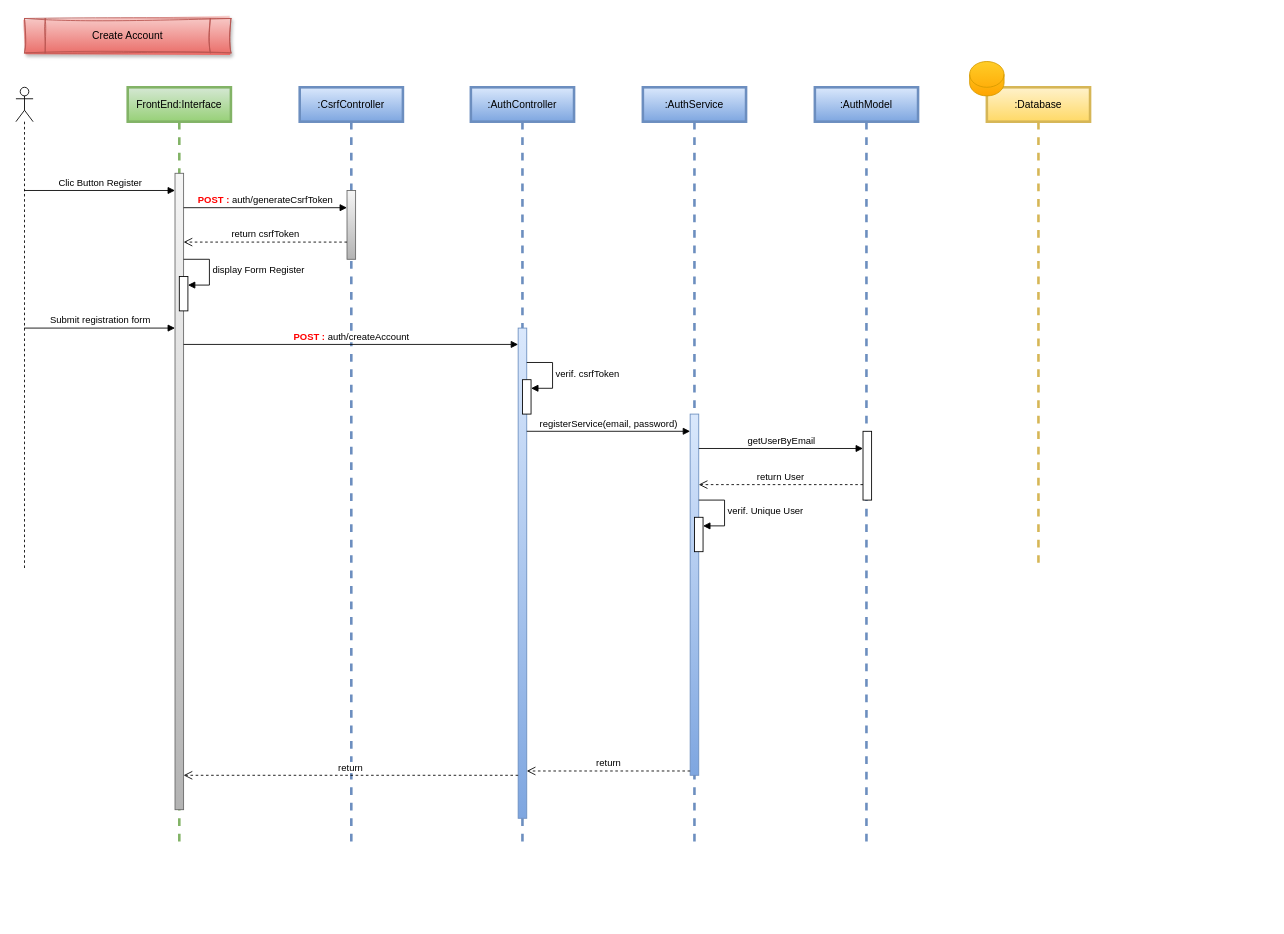
The draw.io diagram UML/SEQ_Projet_Fil_Rouge.drawio in Mzk-Ali/M2I_Projet_Fil_Rouge_Conception, before the edit. Source tidied: cells renumbered, new cells numbered last; positions are measured from the earlier drawing's top-left corner, leaving out a move shared by most shapes. Both pictures are drawn from the tidied source at 86%, with x=0, y=0 at pixel (15, 18).
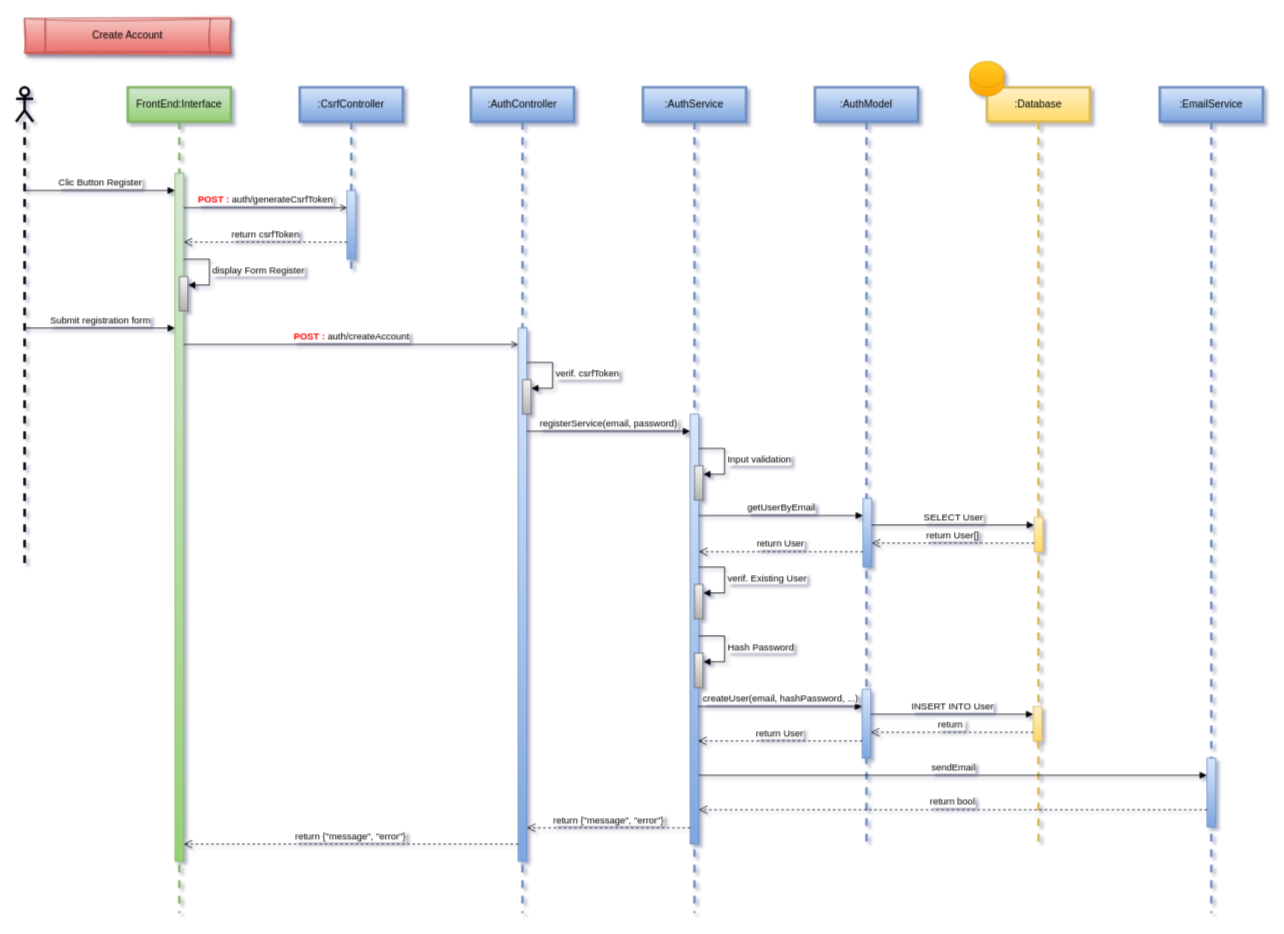
Above is the later version.

Commit message (it also covers changes not shown here):
Mettre à jour SEQ_Projet_Fil_Rouge.drawio

Unchanged cells that the change refers to:
```xml
<mxCell id="16" value=":AuthModel" style="shape=umlLifeline;perimeter=lifelinePerimeter;whiteSpace=wrap;html=1;newEdgeStyle={&quot;curved&quot;:0,&quot;rounded&quot;:0};strokeWidth=3;fillColor=#dae8fc;gradientColor=#7ea6e0;strokeColor=#6c8ebf;" parent="1" vertex="1">
  <mxGeometry x="929" y="80" width="120" height="880" as="geometry" />
</mxCell>
```

The edit, as a diff of the source:
```diff
@@
-<mxGraphModel>
+<mxGraphModel shadow="1">
@@
-    <mxCell id="2" style="shape=umlLifeline;perimeter=lifelinePerimeter;whiteSpace=wrap;html=1;outlineConnect=0;portConstraint=eastwest;newEdgeStyle={&quot;curved&quot;:0,&quot;rounded&quot;:0};participant=umlActor;" parent="1" vertex="1">
+    <mxCell id="2" style="shape=umlLifeline;perimeter=lifelinePerimeter;whiteSpace=wrap;html=1;outlineConnect=0;portConstraint=eastwest;newEdgeStyle={&quot;curved&quot;:0,&quot;rounded&quot;:0};participant=umlActor;strokeWidth=3;" parent="1" vertex="1">
       <mxGeometry y="80" width="20" height="560" as="geometry" />
     </mxCell>
@@
     <mxCell id="4" value="FrontEnd:Interface" style="shape=umlLifeline;perimeter=lifelinePerimeter;whiteSpace=wrap;html=1;newEdgeStyle={&quot;curved&quot;:0,&quot;rounded&quot;:0};fillColor=#d5e8d4;gradientColor=#97d077;strokeColor=#82b366;strokeWidth=3;" parent="1" vertex="1">
-      <mxGeometry x="130" y="80" width="120" height="880" as="geometry" />
+      <mxGeometry x="130" y="80" width="120" height="960" as="geometry" />
     </mxCell>
-    <mxCell id="5" style="html=1;points=[[0,0,0,0,5],[0,1,0,0,-5],[1,0,0,0,5],[1,1,0,0,-5]];perimeter=orthogonalPerimeter;outlineConnect=0;targetShapes=umlLifeline;portConstraint=eastwest;newEdgeStyle={&quot;curved&quot;:0,&quot;rounded&quot;:0};fillColor=#f5f5f5;gradientColor=#b3b3b3;strokeColor=#666666;" parent="4" vertex="1">
-      <mxGeometry x="55" y="100" width="10" height="740" as="geometry" />
+    <mxCell id="5" style="html=1;points=[[0,0,0,0,5],[0,1,0,0,-5],[1,0,0,0,5],[1,1,0,0,-5]];perimeter=orthogonalPerimeter;outlineConnect=0;targetShapes=umlLifeline;portConstraint=eastwest;newEdgeStyle={&quot;curved&quot;:0,&quot;rounded&quot;:0};fillColor=#d5e8d4;gradientColor=#97d077;strokeColor=#82b366;" parent="4" vertex="1">
+      <mxGeometry x="55" y="100" width="10" height="800" as="geometry" />
     </mxCell>
-    <mxCell id="6" style="html=1;points=[[0,0,0,0,5],[0,1,0,0,-5],[1,0,0,0,5],[1,1,0,0,-5]];perimeter=orthogonalPerimeter;outlineConnect=0;targetShapes=umlLifeline;portConstraint=eastwest;newEdgeStyle={&quot;curved&quot;:0,&quot;rounded&quot;:0};" parent="4" vertex="1">
+    <mxCell id="6" style="html=1;points=[[0,0,0,0,5],[0,1,0,0,-5],[1,0,0,0,5],[1,1,0,0,-5]];perimeter=orthogonalPerimeter;outlineConnect=0;targetShapes=umlLifeline;portConstraint=eastwest;newEdgeStyle={&quot;curved&quot;:0,&quot;rounded&quot;:0};fillColor=#f5f5f5;gradientColor=#b3b3b3;strokeColor=#666666;" parent="4" vertex="1">
       <mxGeometry x="60" y="220" width="10" height="40" as="geometry" />
     </mxCell>
@@
     <mxCell id="8" value=":AuthController" style="shape=umlLifeline;perimeter=lifelinePerimeter;whiteSpace=wrap;html=1;newEdgeStyle={&quot;curved&quot;:0,&quot;rounded&quot;:0};strokeWidth=3;fillColor=#dae8fc;gradientColor=#7ea6e0;strokeColor=#6c8ebf;" parent="1" vertex="1">
-      <mxGeometry x="529" y="80" width="120" height="880" as="geometry" />
+      <mxGeometry x="529" y="80" width="120" height="960" as="geometry" />
     </mxCell>
     <mxCell id="9" style="html=1;points=[[0,0,0,0,5],[0,1,0,0,-5],[1,0,0,0,5],[1,1,0,0,-5]];perimeter=orthogonalPerimeter;outlineConnect=0;targetShapes=umlLifeline;portConstraint=eastwest;newEdgeStyle={&quot;curved&quot;:0,&quot;rounded&quot;:0};fillColor=#dae8fc;gradientColor=#7ea6e0;strokeColor=#6c8ebf;" parent="8" vertex="1">
-      <mxGeometry x="55" y="280" width="10" height="570" as="geometry" />
+      <mxGeometry x="55" y="280" width="10" height="620" as="geometry" />
     </mxCell>
-    <mxCell id="10" style="html=1;points=[[0,0,0,0,5],[0,1,0,0,-5],[1,0,0,0,5],[1,1,0,0,-5]];perimeter=orthogonalPerimeter;outlineConnect=0;targetShapes=umlLifeline;portConstraint=eastwest;newEdgeStyle={&quot;curved&quot;:0,&quot;rounded&quot;:0};" parent="8" vertex="1">
+    <mxCell id="10" style="html=1;points=[[0,0,0,0,5],[0,1,0,0,-5],[1,0,0,0,5],[1,1,0,0,-5]];perimeter=orthogonalPerimeter;outlineConnect=0;targetShapes=umlLifeline;portConstraint=eastwest;newEdgeStyle={&quot;curved&quot;:0,&quot;rounded&quot;:0};fillColor=#f5f5f5;gradientColor=#b3b3b3;strokeColor=#666666;" parent="8" vertex="1">
       <mxGeometry x="60" y="340" width="10" height="40" as="geometry" />
     </mxCell>
@@
     <mxCell id="12" value=":AuthService" style="shape=umlLifeline;perimeter=lifelinePerimeter;whiteSpace=wrap;html=1;newEdgeStyle={&quot;curved&quot;:0,&quot;rounded&quot;:0};strokeWidth=3;fillColor=#dae8fc;gradientColor=#7ea6e0;strokeColor=#6c8ebf;" parent="1" vertex="1">
-      <mxGeometry x="729" y="80" width="120" height="880" as="geometry" />
+      <mxGeometry x="729" y="80" width="120" height="960" as="geometry" />
     </mxCell>
     <mxCell id="13" style="html=1;points=[[0,0,0,0,5],[0,1,0,0,-5],[1,0,0,0,5],[1,1,0,0,-5]];perimeter=orthogonalPerimeter;outlineConnect=0;targetShapes=umlLifeline;portConstraint=eastwest;newEdgeStyle={&quot;curved&quot;:0,&quot;rounded&quot;:0};fillColor=#dae8fc;gradientColor=#7ea6e0;strokeColor=#6c8ebf;" parent="12" vertex="1">
-      <mxGeometry x="55" y="380" width="10" height="420" as="geometry" />
+      <mxGeometry x="55" y="380" width="10" height="500" as="geometry" />
     </mxCell>
-    <mxCell id="14" style="html=1;points=[[0,0,0,0,5],[0,1,0,0,-5],[1,0,0,0,5],[1,1,0,0,-5]];perimeter=orthogonalPerimeter;outlineConnect=0;targetShapes=umlLifeline;portConstraint=eastwest;newEdgeStyle={&quot;curved&quot;:0,&quot;rounded&quot;:0};" parent="12" vertex="1">
-      <mxGeometry x="60" y="500" width="10" height="40" as="geometry" />
+    <mxCell id="14" style="html=1;points=[[0,0,0,0,5],[0,1,0,0,-5],[1,0,0,0,5],[1,1,0,0,-5]];perimeter=orthogonalPerimeter;outlineConnect=0;targetShapes=umlLifeline;portConstraint=eastwest;newEdgeStyle={&quot;curved&quot;:0,&quot;rounded&quot;:0};fillColor=#f5f5f5;gradientColor=#b3b3b3;strokeColor=#666666;" parent="12" vertex="1">
+      <mxGeometry x="60" y="578" width="10" height="40" as="geometry" />
     </mxCell>
-    <mxCell id="15" value="verif. Unique User" style="html=1;align=left;spacingLeft=2;endArrow=block;rounded=0;edgeStyle=orthogonalEdgeStyle;curved=0;rounded=0;" parent="12" edge="1" target="14">
+    <mxCell id="15" value="verif. Existing User" style="html=1;align=left;spacingLeft=2;endArrow=block;rounded=0;edgeStyle=orthogonalEdgeStyle;curved=0;rounded=0;" parent="12" edge="1" target="14">
       <mxGeometry relative="1" as="geometry">
-        <mxPoint x="65" y="480" as="sourcePoint" />
+        <mxPoint x="65" y="558" as="sourcePoint" />
         <Array as="points">
-          <mxPoint x="95" y="510" />
+          <mxPoint x="95" y="588" />
         </Array>
       </mxGeometry>
     </mxCell>
+    <mxCell id="32" style="html=1;points=[[0,0,0,0,5],[0,1,0,0,-5],[1,0,0,0,5],[1,1,0,0,-5]];perimeter=orthogonalPerimeter;outlineConnect=0;targetShapes=umlLifeline;portConstraint=eastwest;newEdgeStyle={&quot;curved&quot;:0,&quot;rounded&quot;:0};fillColor=#f5f5f5;gradientColor=#b3b3b3;strokeColor=#666666;" parent="12" vertex="1">
+      <mxGeometry x="60" y="658" width="10" height="40" as="geometry" />
+    </mxCell>
+    <mxCell id="33" value="Hash Password" style="html=1;align=left;spacingLeft=2;endArrow=block;rounded=0;edgeStyle=orthogonalEdgeStyle;curved=0;rounded=0;" parent="12" edge="1" target="32">
+      <mxGeometry relative="1" as="geometry">
+        <mxPoint x="65" y="638" as="sourcePoint" />
+        <Array as="points">
+          <mxPoint x="95" y="668" />
+        </Array>
+      </mxGeometry>
+    </mxCell>
+    <mxCell id="34" style="html=1;points=[[0,0,0,0,5],[0,1,0,0,-5],[1,0,0,0,5],[1,1,0,0,-5]];perimeter=orthogonalPerimeter;outlineConnect=0;targetShapes=umlLifeline;portConstraint=eastwest;newEdgeStyle={&quot;curved&quot;:0,&quot;rounded&quot;:0};fillColor=#f5f5f5;gradientColor=#b3b3b3;strokeColor=#666666;" parent="12" vertex="1">
+      <mxGeometry x="60" y="440" width="10" height="40" as="geometry" />
+    </mxCell>
+    <mxCell id="35" value="Input validation" style="html=1;align=left;spacingLeft=2;endArrow=block;rounded=0;edgeStyle=orthogonalEdgeStyle;curved=0;rounded=0;" parent="12" edge="1" target="34">
+      <mxGeometry relative="1" as="geometry">
+        <mxPoint x="65" y="420" as="sourcePoint" />
+        <Array as="points">
+          <mxPoint x="95" y="450" />
+        </Array>
+      </mxGeometry>
+    </mxCell>
@@
-    <mxCell id="17" style="html=1;perimeter=orthogonalPerimeter;targetShapes=umlLifeline;newEdgeStyle={&quot;curved&quot;:0,&quot;rounded&quot;:0};" parent="16" vertex="1">
-      <mxGeometry x="56" y="400" width="10" height="80" as="geometry" />
+    <mxCell id="17" style="html=1;perimeter=orthogonalPerimeter;targetShapes=umlLifeline;newEdgeStyle={&quot;curved&quot;:0,&quot;rounded&quot;:0};fillColor=#dae8fc;gradientColor=#7ea6e0;strokeColor=#6c8ebf;" parent="16" vertex="1">
+      <mxGeometry x="56" y="478" width="10" height="80" as="geometry" />
     </mxCell>
+    <mxCell id="36" style="html=1;perimeter=orthogonalPerimeter;targetShapes=umlLifeline;newEdgeStyle={&quot;curved&quot;:0,&quot;rounded&quot;:0};fillColor=#dae8fc;gradientColor=#7ea6e0;strokeColor=#6c8ebf;" parent="16" vertex="1">
+      <mxGeometry x="55" y="700" width="10" height="80" as="geometry" />
+    </mxCell>
+    <mxCell id="37" value="createUser(email, hashPassword, ...)" style="html=1;verticalAlign=bottom;endArrow=block;curved=0;rounded=0;entryX=0;entryY=0;entryDx=0;entryDy=5;" parent="16" edge="1">
+      <mxGeometry relative="1" as="geometry">
+        <mxPoint x="-136" y="720" as="sourcePoint" />
+        <mxPoint x="55" y="720" as="targetPoint" />
+      </mxGeometry>
+    </mxCell>
+    <mxCell id="38" value="return User" style="html=1;verticalAlign=bottom;endArrow=open;dashed=1;endSize=8;curved=0;rounded=0;exitX=0;exitY=1;exitDx=0;exitDy=-5;" parent="16" edge="1">
+      <mxGeometry relative="1" as="geometry">
+        <mxPoint x="55" y="760" as="sourcePoint" />
+        <mxPoint x="-136" y="760" as="targetPoint" />
+      </mxGeometry>
+    </mxCell>
     <mxCell id="18" value=":Database" style="shape=umlLifeline;perimeter=lifelinePerimeter;whiteSpace=wrap;html=1;newEdgeStyle={&quot;curved&quot;:0,&quot;rounded&quot;:0};strokeWidth=3;fillColor=#fff2cc;gradientColor=#ffd966;strokeColor=#d6b656;" parent="1" vertex="1">
-      <mxGeometry x="1129" y="80" width="120" height="560" as="geometry" />
+      <mxGeometry x="1129" y="80" width="120" height="880" as="geometry" />
     </mxCell>
+    <mxCell id="39" style="html=1;perimeter=orthogonalPerimeter;targetShapes=umlLifeline;newEdgeStyle={&quot;curved&quot;:0,&quot;rounded&quot;:0};fillColor=#fff2cc;gradientColor=#ffd966;strokeColor=#d6b656;" parent="18" vertex="1">
+      <mxGeometry x="55" y="500" width="10" height="40" as="geometry" />
+    </mxCell>
+    <mxCell id="40" style="html=1;perimeter=orthogonalPerimeter;targetShapes=umlLifeline;newEdgeStyle={&quot;curved&quot;:0,&quot;rounded&quot;:0};fillColor=#fff2cc;gradientColor=#ffd966;strokeColor=#d6b656;" parent="18" vertex="1">
+      <mxGeometry x="54" y="720" width="10" height="40" as="geometry" />
+    </mxCell>
+    <mxCell id="41" value="INSERT INTO User" style="html=1;verticalAlign=bottom;endArrow=block;curved=0;rounded=0;entryX=0;entryY=0;entryDx=0;entryDy=5;" parent="18" edge="1">
+      <mxGeometry relative="1" as="geometry">
+        <mxPoint x="-135" y="729" as="sourcePoint" />
+        <mxPoint x="54" y="729" as="targetPoint" />
+      </mxGeometry>
+    </mxCell>
+    <mxCell id="42" value="return&amp;nbsp;" style="html=1;verticalAlign=bottom;endArrow=open;dashed=1;endSize=8;curved=0;rounded=0;exitX=0;exitY=1;exitDx=0;exitDy=-5;" parent="18" edge="1">
+      <mxGeometry relative="1" as="geometry">
+        <mxPoint x="54" y="750" as="sourcePoint" />
+        <mxPoint x="-135" y="750" as="targetPoint" />
+      </mxGeometry>
+    </mxCell>
@@
     <mxCell id="20" value=":CsrfController" style="shape=umlLifeline;perimeter=lifelinePerimeter;whiteSpace=wrap;html=1;newEdgeStyle={&quot;curved&quot;:0,&quot;rounded&quot;:0};strokeWidth=3;fillColor=#dae8fc;gradientColor=#7ea6e0;strokeColor=#6c8ebf;" parent="1" vertex="1">
-      <mxGeometry x="330" y="80" width="120" height="880" as="geometry" />
+      <mxGeometry x="330" y="80" width="120" height="220" as="geometry" />
     </mxCell>
-    <mxCell id="21" style="html=1;perimeter=orthogonalPerimeter;targetShapes=umlLifeline;newEdgeStyle={&quot;curved&quot;:0,&quot;rounded&quot;:0};fillColor=#f5f5f5;gradientColor=#b3b3b3;strokeColor=#666666;" parent="20" vertex="1">
+    <mxCell id="21" style="html=1;perimeter=orthogonalPerimeter;targetShapes=umlLifeline;newEdgeStyle={&quot;curved&quot;:0,&quot;rounded&quot;:0};fillColor=#dae8fc;gradientColor=#7ea6e0;strokeColor=#6c8ebf;" parent="20" vertex="1">
       <mxGeometry x="55" y="120" width="10" height="80" as="geometry" />
     </mxCell>
@@
-    <mxCell id="23" value="&lt;b&gt;&lt;font style=&quot;color: light-dark(rgb(255, 0, 0), rgb(237, 237, 237));&quot;&gt;POST :&lt;/font&gt;&lt;/b&gt; auth/generateCsrfToken" style="html=1;verticalAlign=bottom;endArrow=block;curved=0;rounded=0;entryX=0;entryY=0;entryDx=0;entryDy=5;" parent="1" edge="1">
+    <mxCell id="23" value="&lt;b&gt;&lt;font style=&quot;color: light-dark(rgb(255, 0, 0), rgb(237, 237, 237));&quot;&gt;POST :&lt;/font&gt;&lt;/b&gt; auth/generateCsrfToken" style="html=1;verticalAlign=bottom;endArrow=open;curved=0;rounded=0;entryX=0;entryY=0;entryDx=0;entryDy=5;endFill=0;" parent="1" edge="1">
       <mxGeometry relative="1" as="geometry">
         <mxPoint x="195" y="220" as="sourcePoint" />
         <mxPoint x="385" y="220" as="targetPoint" />
       </mxGeometry>
     </mxCell>
@@
-    <mxCell id="26" value="&lt;b&gt;&lt;font style=&quot;color: light-dark(rgb(255, 0, 0), rgb(237, 237, 237));&quot;&gt;POST :&lt;/font&gt;&lt;/b&gt; auth/createAccount" style="html=1;verticalAlign=bottom;endArrow=block;curved=0;rounded=0;entryX=0;entryY=0;entryDx=0;entryDy=5;" parent="1" edge="1">
+    <mxCell id="26" value="&lt;b&gt;&lt;font style=&quot;color: light-dark(rgb(255, 0, 0), rgb(237, 237, 237));&quot;&gt;POST :&lt;/font&gt;&lt;/b&gt; auth/createAccount" style="html=1;verticalAlign=bottom;endArrow=open;curved=0;rounded=0;entryX=0;entryY=0;entryDx=0;entryDy=5;endFill=0;" parent="1" edge="1">
       <mxGeometry relative="1" as="geometry">
         <mxPoint x="195" y="379" as="sourcePoint" />
         <mxPoint x="584" y="379" as="targetPoint" />
       </mxGeometry>
     </mxCell>
-    <mxCell id="27" value="return" style="html=1;verticalAlign=bottom;endArrow=open;dashed=1;endSize=8;curved=0;rounded=0;exitX=0;exitY=1;exitDx=0;exitDy=-5;" parent="1" edge="1">
+    <mxCell id="27" value="return {&quot;message&quot;, &quot;error&quot;}" style="html=1;verticalAlign=bottom;endArrow=open;dashed=1;endSize=8;curved=0;rounded=0;exitX=0;exitY=1;exitDx=0;exitDy=-5;" parent="1" edge="1">
       <mxGeometry relative="1" as="geometry">
-        <mxPoint x="584" y="880" as="sourcePoint" />
-        <mxPoint x="195" y="880" as="targetPoint" />
+        <mxPoint x="584" y="960" as="sourcePoint" />
+        <mxPoint x="195" y="960" as="targetPoint" />
       </mxGeometry>
     </mxCell>
@@
-    <mxCell id="29" value="return" style="html=1;verticalAlign=bottom;endArrow=open;dashed=1;endSize=8;curved=0;rounded=0;exitX=0;exitY=1;exitDx=0;exitDy=-5;" parent="1" edge="1" source="13" target="9">
-      <mxGeometry relative="1" as="geometry" />
+    <mxCell id="29" value="return {&quot;message&quot;, &quot;error&quot;}" style="html=1;verticalAlign=bottom;endArrow=open;dashed=1;endSize=8;curved=0;rounded=0;exitX=0;exitY=1;exitDx=0;exitDy=-5;" parent="1" edge="1">
+      <mxGeometry relative="1" as="geometry">
+        <mxPoint x="784" y="941" as="sourcePoint" />
+        <mxPoint x="594" y="941" as="targetPoint" />
+      </mxGeometry>
     </mxCell>
     <mxCell id="30" value="getUserByEmail" style="html=1;verticalAlign=bottom;endArrow=block;curved=0;rounded=0;entryX=0;entryY=0;entryDx=0;entryDy=5;" parent="1" edge="1">
       <mxGeometry relative="1" as="geometry">
-        <mxPoint x="794" y="500" as="sourcePoint" />
-        <mxPoint x="985" y="500" as="targetPoint" />
+        <mxPoint x="794" y="578" as="sourcePoint" />
+        <mxPoint x="985" y="578" as="targetPoint" />
       </mxGeometry>
     </mxCell>
     <mxCell id="31" value="return User" style="html=1;verticalAlign=bottom;endArrow=open;dashed=1;endSize=8;curved=0;rounded=0;exitX=0;exitY=1;exitDx=0;exitDy=-5;" parent="1" edge="1">
       <mxGeometry relative="1" as="geometry">
-        <mxPoint x="985" y="542" as="sourcePoint" />
-        <mxPoint x="794" y="542" as="targetPoint" />
+        <mxPoint x="985" y="620" as="sourcePoint" />
+        <mxPoint x="794" y="620" as="targetPoint" />
       </mxGeometry>
     </mxCell>
+    <mxCell id="43" value="SELECT User" style="html=1;verticalAlign=bottom;endArrow=block;curved=0;rounded=0;entryX=0;entryY=0;entryDx=0;entryDy=5;" parent="1" edge="1">
+      <mxGeometry relative="1" as="geometry">
+        <mxPoint x="995" y="589" as="sourcePoint" />
+        <mxPoint x="1184" y="589" as="targetPoint" />
+      </mxGeometry>
+    </mxCell>
+    <mxCell id="44" value="return User[]" style="html=1;verticalAlign=bottom;endArrow=open;dashed=1;endSize=8;curved=0;rounded=0;exitX=0;exitY=1;exitDx=0;exitDy=-5;" parent="1" edge="1">
+      <mxGeometry relative="1" as="geometry">
+        <mxPoint x="1184" y="610" as="sourcePoint" />
+        <mxPoint x="995" y="610" as="targetPoint" />
+      </mxGeometry>
+    </mxCell>
+    <mxCell id="45" value=":EmailService" style="shape=umlLifeline;perimeter=lifelinePerimeter;whiteSpace=wrap;html=1;newEdgeStyle={&quot;curved&quot;:0,&quot;rounded&quot;:0};strokeWidth=3;fillColor=#dae8fc;gradientColor=#7ea6e0;strokeColor=#6c8ebf;" parent="1" vertex="1">
+      <mxGeometry x="1330" y="80" width="120" height="960" as="geometry" />
+    </mxCell>
+    <mxCell id="46" style="html=1;perimeter=orthogonalPerimeter;targetShapes=umlLifeline;newEdgeStyle={&quot;curved&quot;:0,&quot;rounded&quot;:0};fillColor=#dae8fc;gradientColor=#7ea6e0;strokeColor=#6c8ebf;" parent="45" vertex="1">
+      <mxGeometry x="55" y="780" width="10" height="80" as="geometry" />
+    </mxCell>
+    <mxCell id="47" value="sendEmail" style="html=1;verticalAlign=bottom;endArrow=block;curved=0;rounded=0;entryX=0;entryY=0;entryDx=0;entryDy=5;" parent="1" edge="1">
+      <mxGeometry relative="1" as="geometry">
+        <mxPoint x="794" y="880" as="sourcePoint" />
+        <mxPoint x="1385" y="880" as="targetPoint" />
+      </mxGeometry>
+    </mxCell>
+    <mxCell id="48" value="return bool" style="html=1;verticalAlign=bottom;endArrow=open;dashed=1;endSize=8;curved=0;rounded=0;exitX=0;exitY=1;exitDx=0;exitDy=-5;" parent="1" edge="1">
+      <mxGeometry relative="1" as="geometry">
+        <mxPoint x="1385" y="920" as="sourcePoint" />
+        <mxPoint x="794" y="920" as="targetPoint" />
+      </mxGeometry>
+    </mxCell>
```
